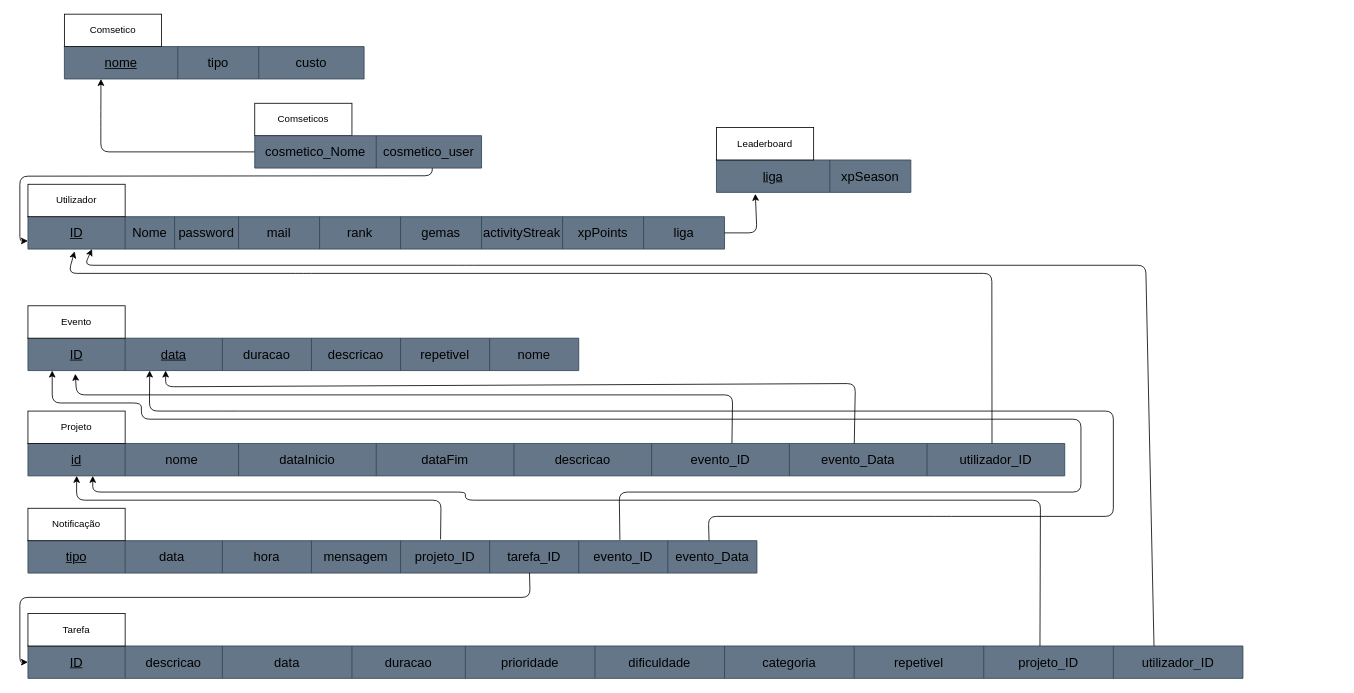
This is docs/er.drawio from Gongas1331/StudySync, a draw.io file, before an edit. Source tidied: cells renumbered, new cells numbered last; positions are measured from the earlier drawing's top-left corner, leaving out a move shared by most shapes. Both pictures are drawn from the tidied source at 81%, with x=0, y=0 at pixel (19, 14).
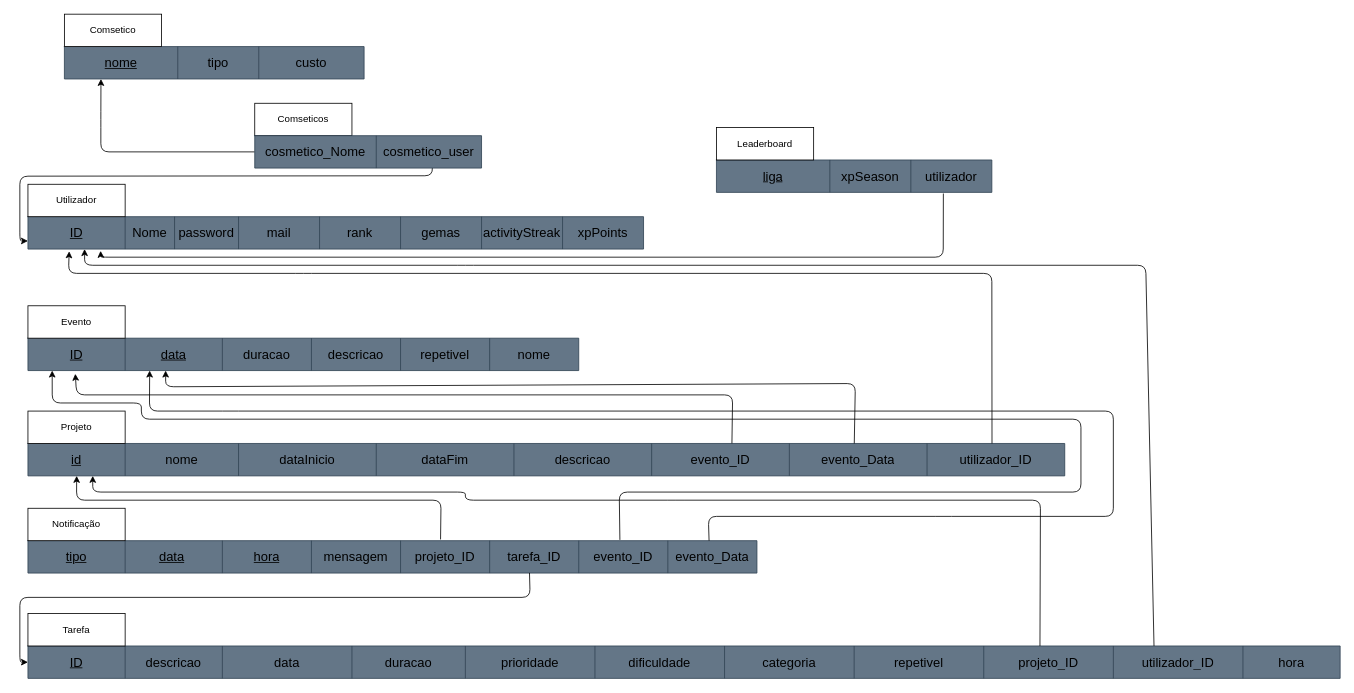
Above is the later version.

Commit message (it also covers changes not shown here):
Update ER diagram and requirements, add entity relationship diagram, expo setup, and StudySync-Requirement_analysis.pptx

Unchanged cells that the change refers to:
```xml
<mxCell id="35" style="shape=tableRow;horizontal=0;startSize=0;swimlaneHead=0;swimlaneBody=0;strokeColor=inherit;top=0;left=0;bottom=0;right=0;fillColor=none;points=[[0,0.5],[1,0.5]];portConstraint=eastwest;fontSize=16;" parent="34" vertex="1">
  <mxGeometry width="900" height="40" as="geometry" />
</mxCell>
```

Change to the diagram source:
```diff
@@
     <mxCell id="2" style="shape=table;startSize=0;childLayout=tableLayout;fontSize=16;fillColor=#647687;fontColor=#ffffff;strokeColor=#314354;" parent="1" vertex="1">
-      <mxGeometry x="10" y="250" width="860" height="40" as="geometry" />
+      <mxGeometry x="10" y="250" width="760" height="40" as="geometry" />
     </mxCell>
     <mxCell id="3" style="shape=tableRow;horizontal=0;startSize=0;swimlaneHead=0;swimlaneBody=0;strokeColor=inherit;top=0;left=0;bottom=0;right=0;fillColor=none;points=[[0,0.5],[1,0.5]];portConstraint=eastwest;fontSize=16;" parent="2" vertex="1">
-      <mxGeometry width="860" height="40" as="geometry" />
+      <mxGeometry width="760" height="40" as="geometry" />
     </mxCell>
@@
-    <mxCell id="12" value="liga" style="shape=partialRectangle;html=1;whiteSpace=wrap;strokeColor=inherit;overflow=hidden;fillColor=none;top=0;left=0;bottom=0;right=0;fontSize=16;" parent="3" vertex="1">
-      <mxGeometry x="760" width="100" height="40" as="geometry" />
-    </mxCell>
@@
-    <mxCell id="37" value="data&lt;span style=&quot;white-space: pre;&quot;&gt;&#9;&lt;/span&gt;" style="shape=partialRectangle;html=1;whiteSpace=wrap;strokeColor=inherit;overflow=hidden;fillColor=none;top=0;left=0;bottom=0;right=0;fontSize=16;" parent="35" vertex="1">
+    <mxCell id="37" value="&lt;u&gt;data&lt;span style=&quot;white-space: pre;&quot;&gt;&#9;&lt;/span&gt;&lt;/u&gt;" style="shape=partialRectangle;html=1;whiteSpace=wrap;strokeColor=inherit;overflow=hidden;fillColor=none;top=0;left=0;bottom=0;right=0;fontSize=16;" parent="35" vertex="1">
       <mxGeometry x="120" width="120" height="40" as="geometry" />
     </mxCell>
-    <mxCell id="38" value="hora" style="shape=partialRectangle;html=1;whiteSpace=wrap;strokeColor=inherit;overflow=hidden;fillColor=none;top=0;left=0;bottom=0;right=0;fontSize=16;" parent="35" vertex="1">
+    <mxCell id="38" value="&lt;u&gt;hora&lt;/u&gt;" style="shape=partialRectangle;html=1;whiteSpace=wrap;strokeColor=inherit;overflow=hidden;fillColor=none;top=0;left=0;bottom=0;right=0;fontSize=16;" parent="35" vertex="1">
       <mxGeometry x="240" width="110" height="40" as="geometry" />
     </mxCell>
@@
     <mxCell id="45" style="shape=table;startSize=0;childLayout=tableLayout;fontSize=16;fillColor=#647687;fontColor=#ffffff;strokeColor=#314354;" parent="1" vertex="1">
-      <mxGeometry x="10" y="780" width="1500" height="40" as="geometry" />
+      <mxGeometry x="10" y="780" width="1620" height="40" as="geometry" />
     </mxCell>
     <mxCell id="46" style="shape=tableRow;horizontal=0;startSize=0;swimlaneHead=0;swimlaneBody=0;strokeColor=inherit;top=0;left=0;bottom=0;right=0;fillColor=none;points=[[0,0.5],[1,0.5]];portConstraint=eastwest;fontSize=16;" parent="45" vertex="1">
-      <mxGeometry width="1500" height="40" as="geometry" />
+      <mxGeometry width="1620" height="40" as="geometry" />
     </mxCell>
@@
+    <mxCell id="86" value="hora" style="shape=partialRectangle;html=1;whiteSpace=wrap;strokeColor=inherit;overflow=hidden;fillColor=none;top=0;left=0;bottom=0;right=0;fontSize=16;" parent="46" vertex="1">
+      <mxGeometry x="1500" width="120" height="40" as="geometry" />
+    </mxCell>
@@
     <mxCell id="58" style="shape=table;startSize=0;childLayout=tableLayout;fontSize=16;fillColor=#647687;fontColor=#ffffff;strokeColor=#314354;" parent="1" vertex="1">
-      <mxGeometry x="860" y="180" width="240" height="40" as="geometry" />
+      <mxGeometry x="860" y="180" width="340" height="40" as="geometry" />
     </mxCell>
     <mxCell id="59" style="shape=tableRow;horizontal=0;startSize=0;swimlaneHead=0;swimlaneBody=0;strokeColor=inherit;top=0;left=0;bottom=0;right=0;fillColor=none;points=[[0,0.5],[1,0.5]];portConstraint=eastwest;fontSize=16;" parent="58" vertex="1">
-      <mxGeometry width="240" height="40" as="geometry" />
+      <mxGeometry width="340" height="40" as="geometry" />
     </mxCell>
@@
+    <mxCell id="87" value="utilizador" style="shape=partialRectangle;html=1;whiteSpace=wrap;strokeColor=inherit;overflow=hidden;fillColor=none;top=0;left=0;bottom=0;right=0;fontSize=16;" parent="59" vertex="1">
+      <mxGeometry x="240" width="100" height="40" as="geometry" />
+    </mxCell>
@@
-    <mxCell id="79" style="endArrow=classic;html=1;entryX=0.2;entryY=1.047;entryDx=0;entryDy=0;entryPerimeter=0;exitX=1;exitY=0.5;exitDx=0;exitDy=0;" parent="1" edge="1" source="3" target="59">
+    <mxCell id="79" style="endArrow=classic;html=1;exitX=0.824;exitY=1.035;exitDx=0;exitDy=0;exitPerimeter=0;entryX=0.118;entryY=1.056;entryDx=0;entryDy=0;entryPerimeter=0;" parent="1" edge="1" source="59" target="3">
       <mxGeometry relative="1" as="geometry">
         <Array as="points">
-          <mxPoint x="910" y="270" />
+          <mxPoint x="1140" y="300" />
+          <mxPoint x="100" y="300" />
         </Array>
       </mxGeometry>
     </mxCell>
```
